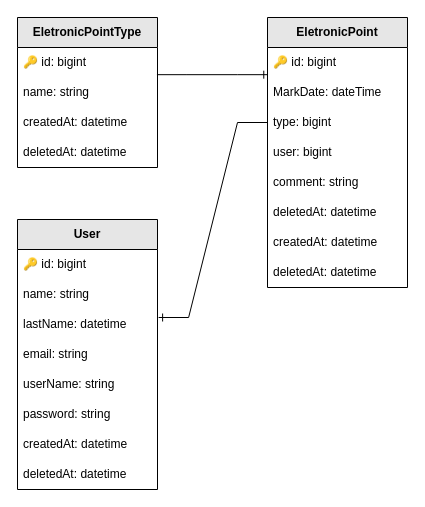
Earlier version of the draw.io diagram Material/Database/database-model.drawio (felip3fl/FL_FINANS). Source tidied: cells renumbered, new cells numbered last; positions are measured from the earlier drawing's top-left corner, leaving out a move shared by most shapes. Both pictures are drawn from the tidied source at 100%, with x=0, y=0 at pixel (17, 17).
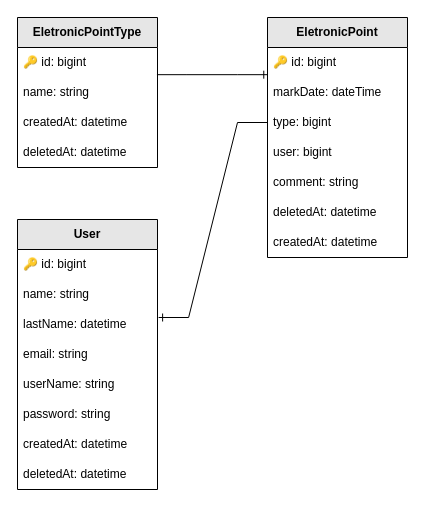
The same diagram, later.

Commit message:
Update database-model

Diff of the diagram source:
```diff
@@
     <mxCell id="2" value="&lt;b&gt;EletronicPoint&lt;/b&gt;" style="swimlane;fontStyle=0;horizontal=1;startSize=30;whiteSpace=wrap;html=1;gradientColor=none;swimlaneFillColor=default;rounded=0;swimlaneLine=1;glass=0;shadow=0;fillColor=#E6E6E6;gradientDirection=west;fillStyle=auto;strokeColor=#000000;" parent="1" vertex="1">
-      <mxGeometry x="250" width="140" height="270" as="geometry" />
+      <mxGeometry x="250" width="140" height="240" as="geometry" />
     </mxCell>
@@
-    <mxCell id="4" value="MarkDate: dateTime" style="text;strokeColor=none;fillColor=none;align=left;verticalAlign=middle;spacingLeft=4;spacingRight=4;overflow=hidden;points=[[0,0.5],[1,0.5]];portConstraint=eastwest;whiteSpace=wrap;html=1;" parent="2" vertex="1">
+    <mxCell id="4" value="markDate: dateTime" style="text;strokeColor=none;fillColor=none;align=left;verticalAlign=middle;spacingLeft=4;spacingRight=4;overflow=hidden;points=[[0,0.5],[1,0.5]];portConstraint=eastwest;whiteSpace=wrap;html=1;" parent="2" vertex="1">
       <mxGeometry y="60" width="140" height="30" as="geometry" />
     </mxCell>
@@
-    <mxCell id="10" value="deletedAt: datetime" style="text;strokeColor=none;fillColor=none;align=left;verticalAlign=middle;spacingLeft=4;spacingRight=4;overflow=hidden;whiteSpace=wrap;html=1;" parent="2" vertex="1">
-      <mxGeometry y="240" width="140" height="30" as="geometry" />
-    </mxCell>
```
